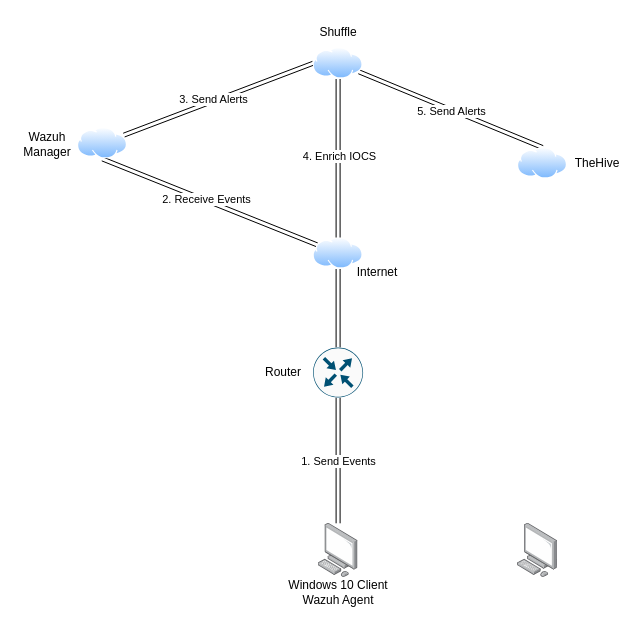
Before: SOC-Automation.drawio in Hash-Horizon/SOC-Automation, a draw.io diagram. Source tidied: cells renumbered, new cells numbered last; positions are measured from the earlier drawing's top-left corner, leaving out a move shared by most shapes. Both pictures are drawn from the tidied source at 100%, with x=0, y=0 at pixel (17, 17).
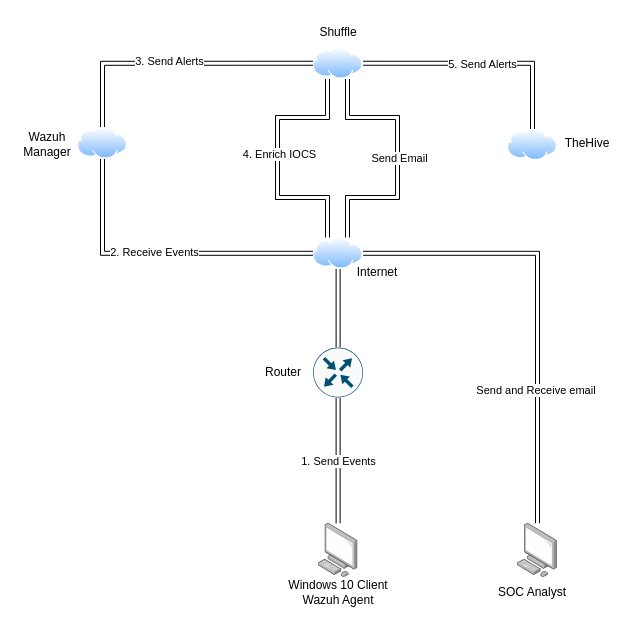
After the change.

Unchanged cells that the change refers to:
```xml
<mxCell id="7" style="image;perimeter=ellipsePerimeter;html=1;align=center;shadow=0;dashed=0;spacingTop=3;image=img/lib/active_directory/internet_cloud.svg;" parent="1" vertex="1">
  <mxGeometry x="295.6" y="220" width="50" height="31.5" as="geometry" />
</mxCell>
<mxCell id="10" style="image;perimeter=ellipsePerimeter;html=1;align=center;shadow=0;dashed=0;spacingTop=3;image=img/lib/active_directory/internet_cloud.svg;" parent="1" vertex="1">
  <mxGeometry x="60" y="110" width="50" height="31.5" as="geometry" />
</mxCell>
<mxCell id="15" style="image;perimeter=ellipsePerimeter;html=1;align=center;shadow=0;dashed=0;spacingTop=3;image=img/lib/active_directory/internet_cloud.svg;" parent="1" vertex="1">
  <mxGeometry x="295.6" y="30" width="50" height="31.5" as="geometry" />
</mxCell>
<mxCell id="21" style="image;points=[];html=1;align=center;shadow=0;dashed=0;image=img/lib/allied_telesis/computer_and_terminals/Personal_Computer.svg;" parent="1" vertex="1">
  <mxGeometry x="500" y="505.8" width="40" height="54.2" as="geometry" />
</mxCell>
```

The edit, as a diff of the source:
```diff
@@
-    <mxCell id="5" style="rounded=0;jettySize=auto;html=1;entryX=0.5;entryY=1;entryDx=0;entryDy=0;shape=link;" parent="1" edge="1" source="7" target="10">
+    <mxCell id="5" style="rounded=0;jettySize=auto;html=1;entryX=0.5;entryY=1;entryDx=0;entryDy=0;shape=link;edgeStyle=orthogonalEdgeStyle;" parent="1" edge="1" source="7" target="10">
       <mxGeometry relative="1" as="geometry" />
     </mxCell>
@@
+    <mxCell id="26" style="edgeStyle=orthogonalEdgeStyle;rounded=0;jettySize=auto;html=1;shape=link;" parent="1" edge="1" source="7" target="21">
+      <mxGeometry relative="1" as="geometry" />
+    </mxCell>
+    <mxCell id="27" value="Send and Receive email&amp;nbsp;" style="edgeLabel;html=1;align=center;verticalAlign=middle;" parent="26" vertex="1">
+      <mxGeometry x="0.4" y="-1" relative="1" as="geometry" />
+    </mxCell>
@@
-    <mxCell id="8" style="rounded=0;jettySize=auto;html=1;entryX=0;entryY=0.5;entryDx=0;entryDy=0;shape=link;" parent="1" edge="1" source="10" target="15">
+    <mxCell id="8" style="rounded=0;jettySize=auto;html=1;entryX=0;entryY=0.5;entryDx=0;entryDy=0;shape=link;edgeStyle=orthogonalEdgeStyle;exitX=0.5;exitY=0;exitDx=0;exitDy=0;" parent="1" edge="1" source="10" target="15">
       <mxGeometry relative="1" as="geometry" />
     </mxCell>
@@
-    <mxCell id="11" style="edgeStyle=orthogonalEdgeStyle;rounded=0;jettySize=auto;html=1;entryX=0.5;entryY=0;entryDx=0;entryDy=0;shape=link;" parent="1" edge="1" source="15" target="7">
-      <mxGeometry relative="1" as="geometry" />
+    <mxCell id="11" style="rounded=0;orthogonalLoop=1;jettySize=auto;html=1;entryX=0.5;entryY=0;entryDx=0;entryDy=0;shape=link;" parent="1" edge="1">
+      <mxGeometry relative="1" as="geometry">
+        <mxPoint x="310" y="61.5" as="sourcePoint" />
+        <mxPoint x="310" y="220" as="targetPoint" />
+        <Array as="points">
+          <mxPoint x="310" y="100" />
+          <mxPoint x="260" y="100" />
+          <mxPoint x="260" y="180" />
+          <mxPoint x="310" y="180" />
+        </Array>
+      </mxGeometry>
     </mxCell>
@@
-    <mxCell id="13" style="rounded=0;jettySize=auto;html=1;entryX=0.5;entryY=0;entryDx=0;entryDy=0;shape=link;" parent="1" edge="1" source="15" target="16">
+    <mxCell id="13" style="rounded=0;jettySize=auto;html=1;entryX=0.5;entryY=0;entryDx=0;entryDy=0;shape=link;exitX=1;exitY=0.5;exitDx=0;exitDy=0;edgeStyle=orthogonalEdgeStyle;" parent="1" edge="1" source="15" target="16">
       <mxGeometry relative="1" as="geometry" />
     </mxCell>
@@
+    <mxCell id="28" style="rounded=0;orthogonalLoop=1;jettySize=auto;html=1;exitX=0.5;exitY=1;exitDx=0;exitDy=0;entryX=0.5;entryY=0;entryDx=0;entryDy=0;shape=link;" parent="1" edge="1">
+      <mxGeometry relative="1" as="geometry">
+        <mxPoint x="330" y="61.5" as="sourcePoint" />
+        <mxPoint x="330" y="220" as="targetPoint" />
+        <Array as="points">
+          <mxPoint x="330" y="100" />
+          <mxPoint x="380" y="100" />
+          <mxPoint x="380" y="180" />
+          <mxPoint x="330" y="180" />
+        </Array>
+      </mxGeometry>
+    </mxCell>
+    <mxCell id="29" value="Send Email" style="edgeLabel;html=1;align=center;verticalAlign=middle;" parent="28" vertex="1">
+      <mxGeometry x="0.24" relative="1" as="geometry">
+        <mxPoint x="1" y="-31" as="offset" />
+      </mxGeometry>
+    </mxCell>
@@
     <mxCell id="16" style="image;perimeter=ellipsePerimeter;html=1;align=center;shadow=0;dashed=0;spacingTop=3;image=img/lib/active_directory/internet_cloud.svg;" parent="1" vertex="1">
-      <mxGeometry x="500" y="130" width="50" height="31.5" as="geometry" />
+      <mxGeometry x="490" y="111.5" width="50" height="31.5" as="geometry" />
     </mxCell>
@@
     <mxCell id="25" value="TheHive" style="text;strokeColor=none;align=center;fillColor=none;html=1;verticalAlign=middle;whiteSpace=wrap;rounded=0;" parent="1" vertex="1">
-      <mxGeometry x="550" y="130.8" width="60" height="30" as="geometry" />
+      <mxGeometry x="540" y="110.8" width="60" height="30" as="geometry" />
     </mxCell>
+    <mxCell id="30" value="SOC Analyst" style="text;strokeColor=none;align=center;fillColor=none;html=1;verticalAlign=middle;whiteSpace=wrap;rounded=0;" parent="1" vertex="1">
+      <mxGeometry x="455" y="560" width="120" height="30" as="geometry" />
+    </mxCell>
```
